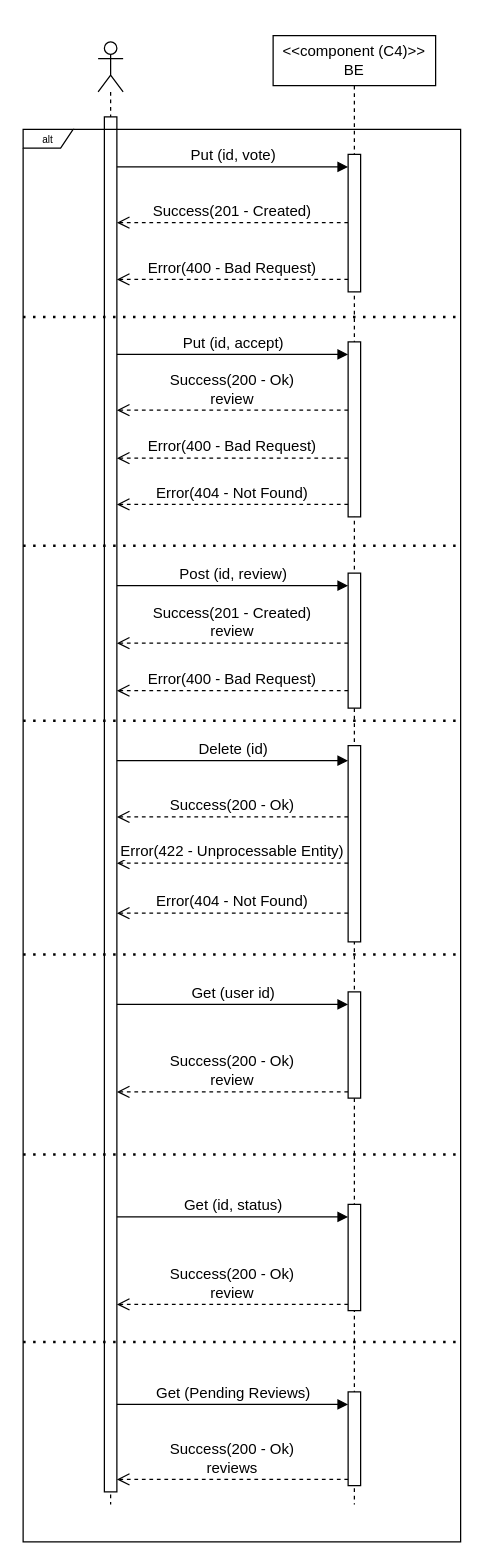
Above: page "N2_VP_Review" (5 of 20) of drawio/acme_documentation.drawio in andre34gomes/ARQSOFT (draw.io), before the change. Source tidied: cells renumbered, new cells numbered last; positions are measured from the earlier drawing's top-left corner, leaving out a move shared by most shapes. Both pictures are drawn from the tidied source at 125%, with x=0, y=0 at pixel (22, 35).
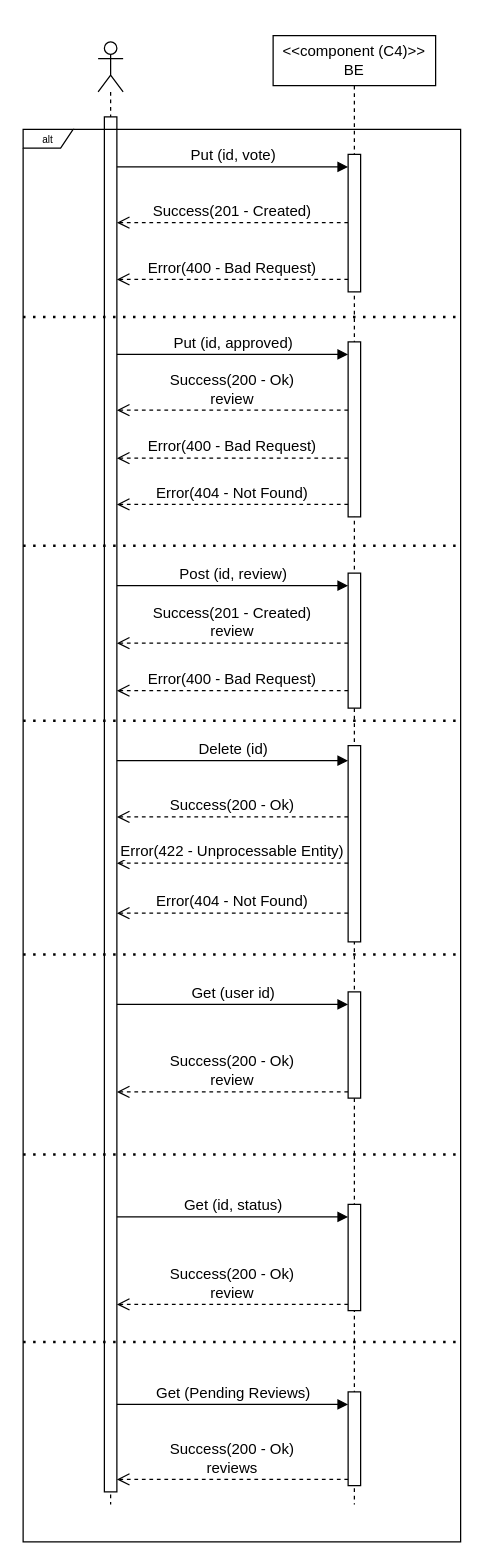
The same diagram, later.

Diff of the diagram source:
```diff
@@
-    <mxCell id="19" value="Put (id, accept)" style="html=1;verticalAlign=bottom;endArrow=block;curved=0;rounded=0;fontFamily=Helvetica;fontSize=12;fontColor=default;" parent="1" edge="1">
+    <mxCell id="19" value="Put (id, approved)" style="html=1;verticalAlign=bottom;endArrow=block;curved=0;rounded=0;fontFamily=Helvetica;fontSize=12;fontColor=default;" parent="1" edge="1">
       <mxGeometry relative="1" as="geometry">
         <mxPoint x="75" y="255" as="sourcePoint" />
         <mxPoint x="260" y="255" as="targetPoint" />
       </mxGeometry>
     </mxCell>
```
